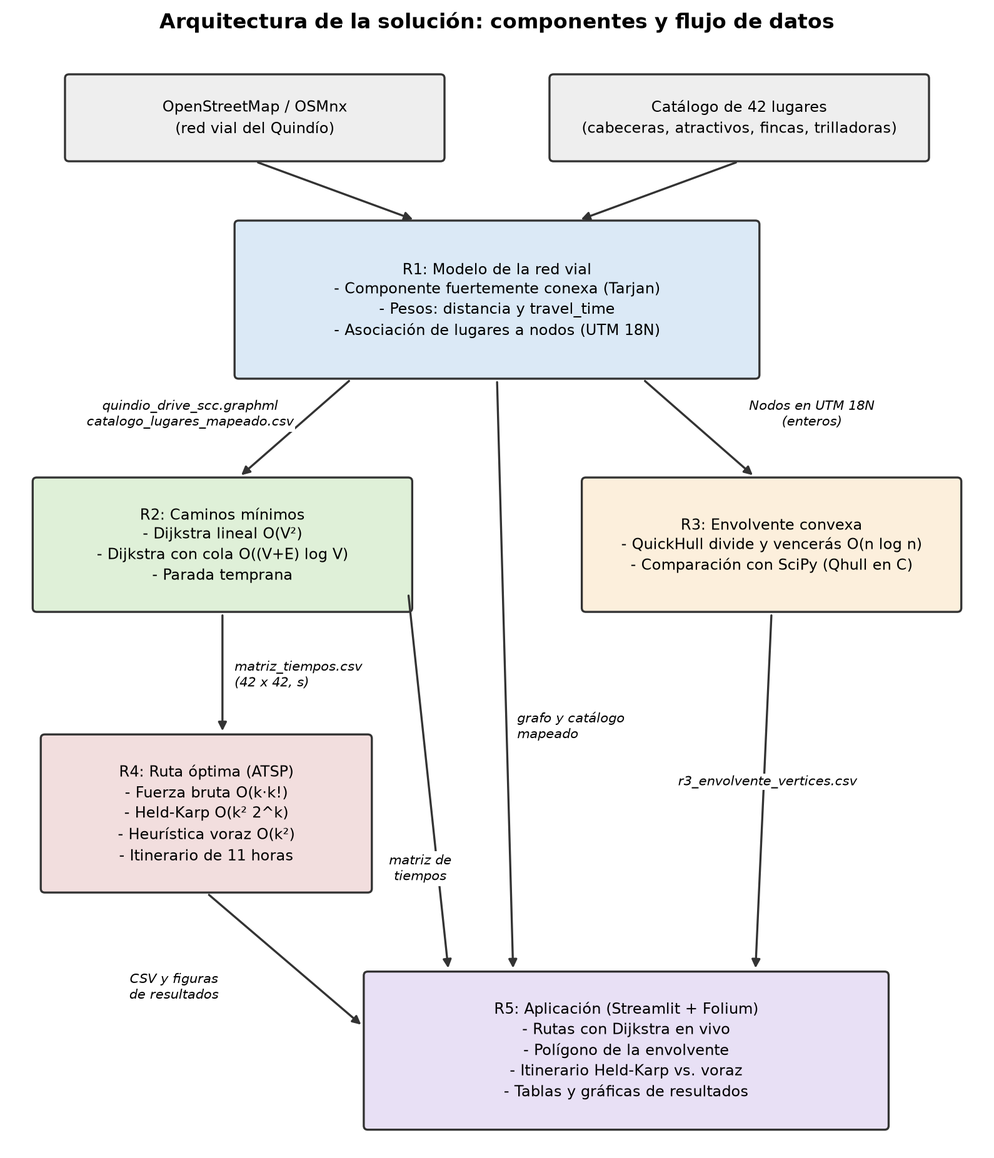
This is docs/figuras/arquitectura.png from Estebangmz666/pcc-paths, a Mermaid export, as it was before one commit. Its source is kept beside it as docs/figuras/arquitectura.mmd.
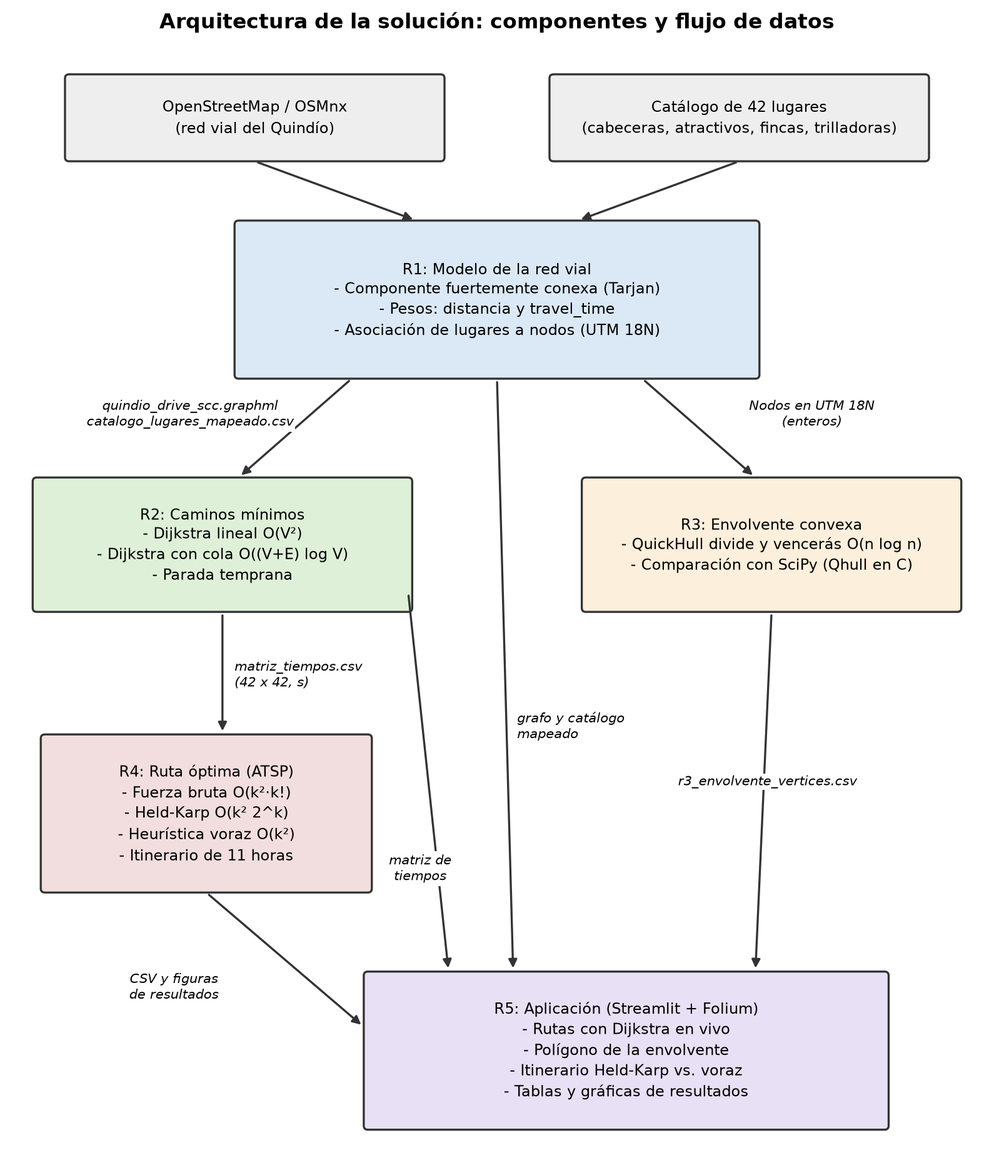
The same diagram one commit later.

Diff of the diagram source:
```diff
@@ -6,7 +6,7 @@
 
     R1 -->|"Nodos en UTM 18N (enteros)"| R3["R3: Envolvente convexa<br/>- QuickHull divide y vencerás O(n log n)<br/>- Comparación con SciPy (Qhull en C)"]
 
-    R2 -->|"matriz_tiempos.csv (42 x 42, s)"| R4["R4: Ruta óptima (ATSP)<br/>- Fuerza bruta O(k·k!)<br/>- Held-Karp O(k^2 2^k)<br/>- Heurística voraz O(k^2)<br/>- Itinerario de 11 horas"]
+    R2 -->|"matriz_tiempos.csv (42 x 42, s)"| R4["R4: Ruta óptima (ATSP)<br/>- Fuerza bruta O(k^2·k!)<br/>- Held-Karp O(k^2 2^k)<br/>- Heurística voraz O(k^2)<br/>- Itinerario de 11 horas"]
 
     R1 -->|"grafo y catálogo mapeado"| R5["R5: Aplicación (Streamlit + Folium)<br/>- Rutas con Dijkstra en vivo<br/>- Polígono de la envolvente<br/>- Itinerario Held-Karp vs. voraz<br/>- Tablas y gráficas de resultados"]
     R2 -->|"matriz de tiempos"| R5
```
